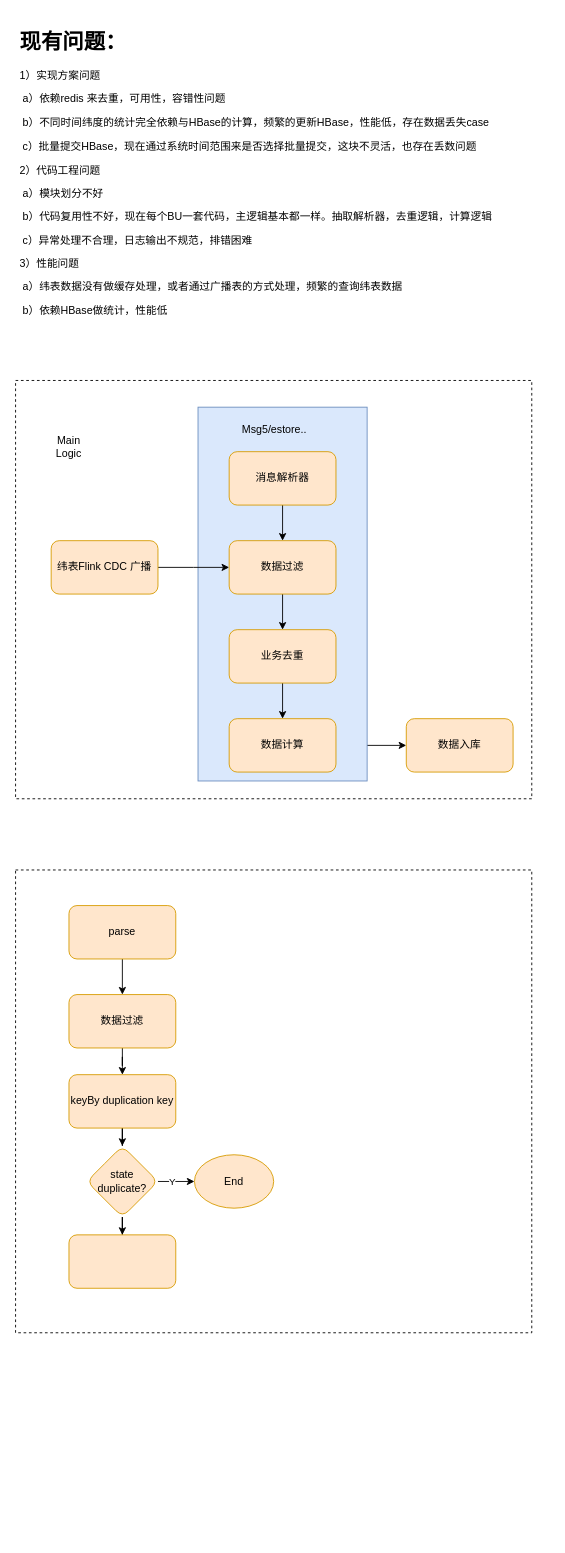
The draw.io diagram techlab/rts/dashboard.drawio in qiufang1314/drawio, before the edit. Source tidied: cells renumbered, new cells numbered last; positions are measured from the earlier drawing's top-left corner, leaving out a move shared by most shapes. Both pictures are drawn from the tidied source at 89%, with x=0, y=0 at pixel (15, 24).
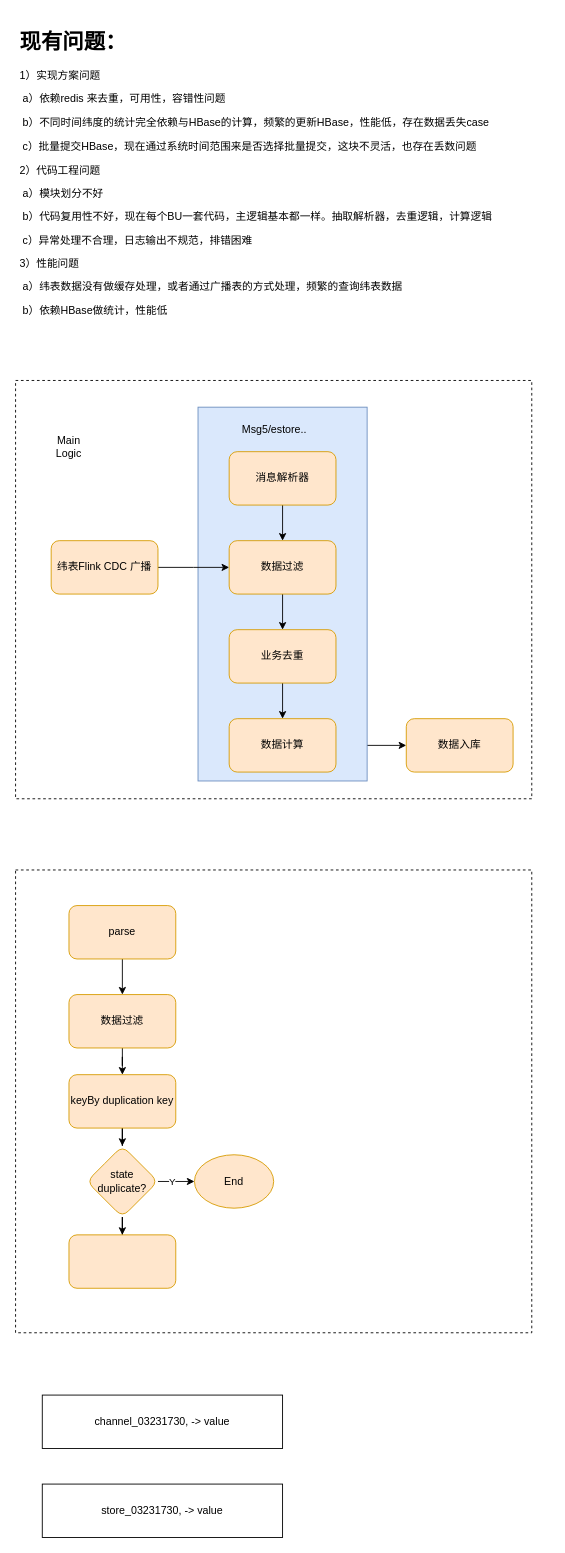
Above is the later version.

Diff of the diagram source:
```diff
@@
+    <mxCell id="31" value="channel_03231730, -&amp;gt; value" style="rounded=0;whiteSpace=wrap;html=1;" parent="1" vertex="1">
+      <mxGeometry x="30" y="1540" width="270" height="60" as="geometry" />
+    </mxCell>
+    <mxCell id="32" value="store_03231730, -&amp;gt; value" style="rounded=0;whiteSpace=wrap;html=1;" parent="1" vertex="1">
+      <mxGeometry x="30" y="1640" width="270" height="60" as="geometry" />
+    </mxCell>
```
